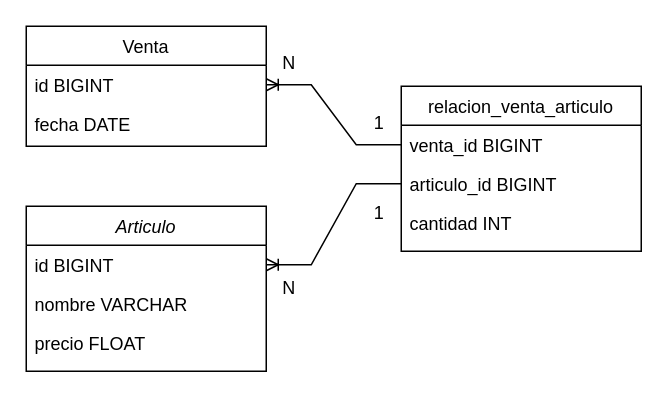
Above: Diagramas/Relacion.drawio in Haoen219/ProyectoFinal (draw.io), before the change. Source tidied: cells renumbered, new cells numbered last; positions are measured from the earlier drawing's top-left corner, leaving out a move shared by most shapes. Both pictures are drawn from the tidied source at 150%, with x=0, y=0 at pixel (26, 26).
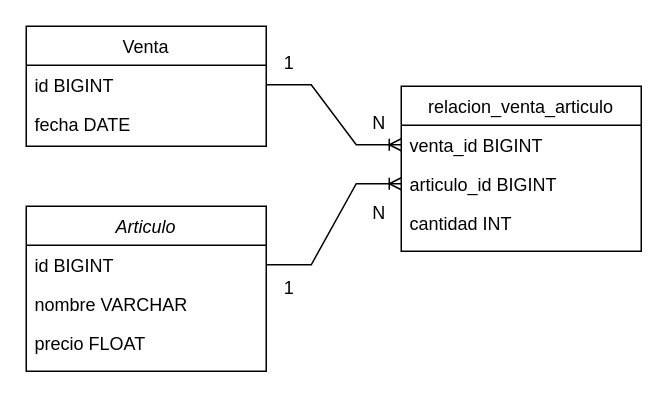
After the change.

What changed in the source:
```diff
@@
 <mxGraphModel>
   <root>
     <mxCell id="0" />
     <mxCell id="1" parent="0" />
     <mxCell id="2" value="Articulo" style="swimlane;fontStyle=2;align=center;verticalAlign=top;horizontal=1;startSize=26;rounded=0;shadow=0;strokeWidth=1;" parent="1" vertex="1">
       <mxGeometry y="120" width="160" height="110" as="geometry" />
     </mxCell>
     <mxCell id="3" value="id BIGINT" style="text;align=left;verticalAlign=top;spacingLeft=4;spacingRight=4;overflow=hidden;points=[[0,0.5],[1,0.5]];portConstraint=eastwest;" parent="2" vertex="1">
       <mxGeometry y="26" width="160" height="26" as="geometry" />
     </mxCell>
     <mxCell id="4" value="nombre VARCHAR" style="text;align=left;verticalAlign=top;spacingLeft=4;spacingRight=4;overflow=hidden;" parent="2" vertex="1">
       <mxGeometry y="52" width="160" height="26" as="geometry" />
     </mxCell>
     <mxCell id="5" value="precio FLOAT" style="text;align=left;verticalAlign=top;spacingLeft=4;spacingRight=4;overflow=hidden;rounded=0;shadow=0;html=0;" parent="2" vertex="1">
       <mxGeometry y="78" width="160" height="32" as="geometry" />
     </mxCell>
     <mxCell id="6" value="Venta" style="swimlane;fontStyle=0;align=center;verticalAlign=top;horizontal=1;startSize=26;rounded=0;shadow=0;strokeWidth=1;" parent="1" vertex="1">
       <mxGeometry width="160" height="80" as="geometry" />
     </mxCell>
     <mxCell id="7" value="id BIGINT" style="text;align=left;verticalAlign=top;spacingLeft=4;spacingRight=4;overflow=hidden;points=[[0,0.5],[1,0.5]];portConstraint=eastwest;rounded=0;shadow=0;html=0;" parent="6" vertex="1">
       <mxGeometry y="26" width="160" height="26" as="geometry" />
     </mxCell>
     <mxCell id="8" value="fecha DATE" style="text;align=left;verticalAlign=top;spacingLeft=4;spacingRight=4;overflow=hidden;rounded=0;shadow=0;html=0;" parent="6" vertex="1">
       <mxGeometry y="52" width="160" height="26" as="geometry" />
     </mxCell>
     <mxCell id="9" value="relacion_venta_articulo" style="swimlane;fontStyle=0;align=center;verticalAlign=top;horizontal=1;startSize=26;rounded=0;shadow=0;strokeWidth=1;" parent="1" vertex="1">
       <mxGeometry x="250" y="40" width="160" height="110" as="geometry" />
     </mxCell>
     <mxCell id="10" value="venta_id BIGINT" style="text;align=left;verticalAlign=top;spacingLeft=4;spacingRight=4;overflow=hidden;points=[[0,0.5],[1,0.5]];portConstraint=eastwest;rounded=0;shadow=0;html=0;" parent="9" vertex="1">
       <mxGeometry y="26" width="160" height="26" as="geometry" />
     </mxCell>
     <mxCell id="11" value="articulo_id BIGINT" style="text;align=left;verticalAlign=top;spacingLeft=4;spacingRight=4;overflow=hidden;points=[[0,0.5],[1,0.5]];portConstraint=eastwest;rounded=0;shadow=0;html=0;" parent="9" vertex="1">
       <mxGeometry y="52" width="160" height="26" as="geometry" />
     </mxCell>
     <mxCell id="12" value="cantidad INT" style="text;align=left;verticalAlign=top;spacingLeft=4;spacingRight=4;overflow=hidden;rounded=0;shadow=0;html=0;" parent="9" vertex="1">
       <mxGeometry y="78" width="160" height="26" as="geometry" />
     </mxCell>
     <mxCell id="13" value="N" style="text;html=1;align=center;verticalAlign=middle;strokeColor=none;fillColor=none;" parent="1" vertex="1">
-      <mxGeometry x="160" y="10" width="30" height="30" as="geometry" />
+      <mxGeometry x="220" y="50" width="30" height="30" as="geometry" />
     </mxCell>
     <mxCell id="14" value="N" style="text;html=1;align=center;verticalAlign=middle;strokeColor=none;fillColor=none;" parent="1" vertex="1">
-      <mxGeometry x="160" y="160" width="30" height="30" as="geometry" />
+      <mxGeometry x="220" y="110" width="30" height="30" as="geometry" />
     </mxCell>
     <mxCell id="15" value="1" style="text;html=1;align=center;verticalAlign=middle;strokeColor=none;fillColor=none;" parent="1" vertex="1">
-      <mxGeometry x="220" y="50" width="30" height="30" as="geometry" />
+      <mxGeometry x="160" y="10" width="30" height="30" as="geometry" />
     </mxCell>
     <mxCell id="16" value="1" style="text;html=1;align=center;verticalAlign=middle;strokeColor=none;fillColor=none;" parent="1" vertex="1">
-      <mxGeometry x="220" y="110" width="30" height="30" as="geometry" />
+      <mxGeometry x="160" y="160" width="30" height="30" as="geometry" />
     </mxCell>
-    <mxCell id="17" style="edgeStyle=entityRelationEdgeStyle;fontSize=12;html=1;endArrow=ERoneToMany;rounded=0;exitX=0;exitY=0.5;exitDx=0;exitDy=0;entryX=1;entryY=0.5;entryDx=0;entryDy=0;" parent="1" edge="1" source="11" target="3">
+    <mxCell id="17" style="edgeStyle=entityRelationEdgeStyle;fontSize=12;html=1;endArrow=ERoneToMany;rounded=0;" parent="1" edge="1" source="3" target="11">
       <mxGeometry relative="1" as="geometry" />
     </mxCell>
-    <mxCell id="18" style="edgeStyle=entityRelationEdgeStyle;fontSize=12;html=1;endArrow=ERoneToMany;rounded=0;entryX=1;entryY=0.5;entryDx=0;entryDy=0;exitX=0;exitY=0.5;exitDx=0;exitDy=0;" parent="1" edge="1" source="10" target="7">
+    <mxCell id="18" style="edgeStyle=entityRelationEdgeStyle;fontSize=12;html=1;endArrow=ERoneToMany;rounded=0;" parent="1" edge="1" source="7" target="10">
       <mxGeometry relative="1" as="geometry" />
     </mxCell>
   </root>
 </mxGraphModel>
```
